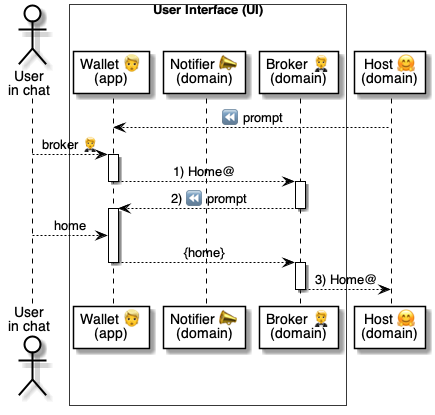
This is 5 ⏩ Flows/02 🧑‍🦰👉 Wallets/20 👉💬 Chats/.📎 Assets/⚙️ Home.png from pollyweb-org/pollyweb-docs, a PlantUML export, as it was before one commit. Its source is kept beside it as 5 ⏩ Flows/02 🧑‍🦰👉 Wallets/20 👉💬 Chats/.📎 Assets/⚙️ Home.puml.
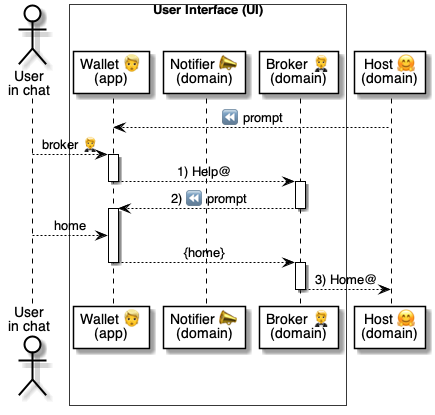
The same diagram one commit later.

Change to the diagram source:
```diff
@@ -14,7 +14,7 @@
 
 user --> wallet: broker 🤵
 activate wallet
-    wallet --> broker: 1) Home@
+    wallet --> broker: 1) Help@
 deactivate wallet
 
 activate broker
```
